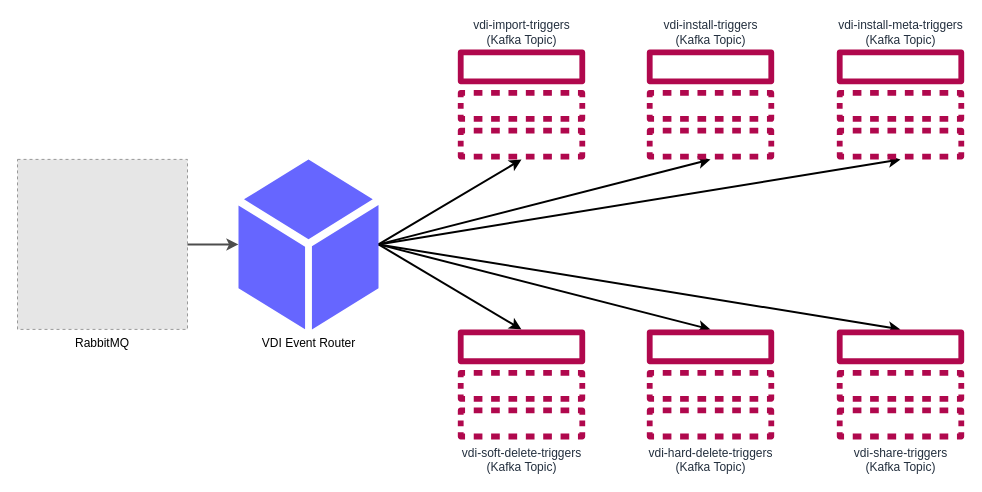
Before: page "event-router" (2 of 2) of docs/1.0/diagrams/vdi-module-structure.drawio in VEuPathDB/vdi-service, a draw.io diagram. Source tidied: cells renumbered, new cells numbered last; positions are measured from the earlier drawing's top-left corner, leaving out a move shared by most shapes. Both pictures are drawn from the tidied source at 100%, with x=0, y=0 at pixel (17, 49). Pictures stored in the file or linked from it are replaced by grey dashed boxes.
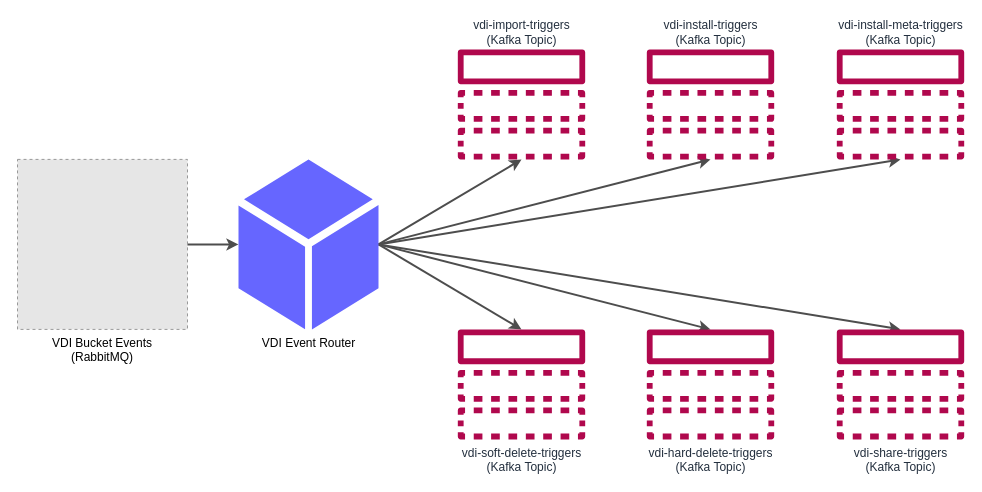
Above is the later version.

The edit, as a diff of the source:
```diff
@@
 <mxGraphModel>
   <root>
     <mxCell id="0" />
     <mxCell id="1" parent="0" />
     <mxCell id="2" style="edgeStyle=none;rounded=0;jettySize=auto;html=1;strokeColor=#4D4D4D;strokeWidth=2;" parent="1" edge="1" target="9">
       <mxGeometry relative="1" as="geometry">
         <mxPoint x="148.7" y="195" as="sourcePoint" />
       </mxGeometry>
     </mxCell>
-    <mxCell id="3" style="rounded=0;jettySize=auto;html=1;strokeColor=default;strokeWidth=2;entryX=0.5;entryY=1;entryDx=0;entryDy=0;entryPerimeter=0;exitX=1;exitY=0.5;exitDx=0;exitDy=0;exitPerimeter=0;" parent="1" edge="1" source="9" target="11">
+    <mxCell id="3" style="rounded=0;jettySize=auto;html=1;strokeColor=#4D4D4D;strokeWidth=2;entryX=0.5;entryY=1;entryDx=0;entryDy=0;entryPerimeter=0;exitX=1;exitY=0.5;exitDx=0;exitDy=0;exitPerimeter=0;" parent="1" edge="1" source="9" target="11">
       <mxGeometry relative="1" as="geometry" />
     </mxCell>
-    <mxCell id="4" style="rounded=0;jettySize=auto;html=1;entryX=0.5;entryY=1;entryDx=0;entryDy=0;entryPerimeter=0;strokeColor=default;strokeWidth=2;exitX=1;exitY=0.5;exitDx=0;exitDy=0;exitPerimeter=0;" parent="1" edge="1" source="9" target="14">
+    <mxCell id="4" style="rounded=0;jettySize=auto;html=1;entryX=0.5;entryY=1;entryDx=0;entryDy=0;entryPerimeter=0;strokeColor=#4D4D4D;strokeWidth=2;exitX=1;exitY=0.5;exitDx=0;exitDy=0;exitPerimeter=0;" parent="1" edge="1" source="9" target="14">
       <mxGeometry relative="1" as="geometry" />
     </mxCell>
-    <mxCell id="5" style="rounded=0;jettySize=auto;html=1;entryX=0.5;entryY=1;entryDx=0;entryDy=0;entryPerimeter=0;strokeColor=default;strokeWidth=2;exitX=1;exitY=0.5;exitDx=0;exitDy=0;exitPerimeter=0;" parent="1" edge="1" source="9" target="10">
+    <mxCell id="5" style="rounded=0;jettySize=auto;html=1;entryX=0.5;entryY=1;entryDx=0;entryDy=0;entryPerimeter=0;strokeColor=#4D4D4D;strokeWidth=2;exitX=1;exitY=0.5;exitDx=0;exitDy=0;exitPerimeter=0;" parent="1" edge="1" source="9" target="10">
       <mxGeometry relative="1" as="geometry" />
     </mxCell>
-    <mxCell id="6" style="rounded=0;jettySize=auto;html=1;entryX=0.5;entryY=0;entryDx=0;entryDy=0;entryPerimeter=0;strokeColor=default;strokeWidth=2;exitX=1;exitY=0.5;exitDx=0;exitDy=0;exitPerimeter=0;" parent="1" edge="1" source="9" target="12">
+    <mxCell id="6" style="rounded=0;jettySize=auto;html=1;entryX=0.5;entryY=0;entryDx=0;entryDy=0;entryPerimeter=0;strokeColor=#4D4D4D;strokeWidth=2;exitX=1;exitY=0.5;exitDx=0;exitDy=0;exitPerimeter=0;" parent="1" edge="1" source="9" target="12">
       <mxGeometry relative="1" as="geometry" />
     </mxCell>
-    <mxCell id="7" style="rounded=0;jettySize=auto;html=1;entryX=0.5;entryY=0;entryDx=0;entryDy=0;entryPerimeter=0;strokeColor=default;strokeWidth=2;exitX=1;exitY=0.5;exitDx=0;exitDy=0;exitPerimeter=0;" parent="1" edge="1" source="9" target="13">
+    <mxCell id="7" style="rounded=0;jettySize=auto;html=1;entryX=0.5;entryY=0;entryDx=0;entryDy=0;entryPerimeter=0;strokeColor=#4D4D4D;strokeWidth=2;exitX=1;exitY=0.5;exitDx=0;exitDy=0;exitPerimeter=0;" parent="1" edge="1" source="9" target="13">
       <mxGeometry relative="1" as="geometry" />
     </mxCell>
-    <mxCell id="8" style="rounded=0;jettySize=auto;html=1;entryX=0.5;entryY=0;entryDx=0;entryDy=0;entryPerimeter=0;strokeColor=default;strokeWidth=2;exitX=1;exitY=0.5;exitDx=0;exitDy=0;exitPerimeter=0;" parent="1" edge="1" source="9" target="15">
+    <mxCell id="8" style="rounded=0;jettySize=auto;html=1;entryX=0.5;entryY=0;entryDx=0;entryDy=0;entryPerimeter=0;strokeColor=#4D4D4D;strokeWidth=2;exitX=1;exitY=0.5;exitDx=0;exitDy=0;exitPerimeter=0;" parent="1" edge="1" source="9" target="15">
       <mxGeometry relative="1" as="geometry" />
     </mxCell>
     <mxCell id="9" value="&lt;span style=&quot;background-color: rgb(255, 255, 255);&quot;&gt;VDI Event Router&lt;/span&gt;" style="sketch=0;shadow=0;dashed=0;html=1;strokeColor=none;fillColor=#6666FF;labelPosition=center;verticalLabelPosition=bottom;verticalAlign=top;outlineConnect=0;align=center;shape=mxgraph.office.concepts.node_generic;points=[[0,0.5,0,0,0],[1,0.5,0,0,0]];" parent="1" vertex="1">
       <mxGeometry x="221" y="109.9" width="140" height="170" as="geometry" />
     </mxCell>
     <mxCell id="10" value="vdi-install-meta-triggers&lt;br&gt;(Kafka Topic)" style="sketch=0;outlineConnect=0;fontColor=#232F3E;gradientColor=none;fillColor=#B0084D;strokeColor=none;dashed=0;verticalLabelPosition=top;verticalAlign=bottom;align=center;html=1;fontSize=12;fontStyle=0;shape=mxgraph.aws4.topic;points=[[0,0.5,0,0,0],[0.5,1,0,0,0]];labelPosition=center;" parent="1" vertex="1">
       <mxGeometry x="819" width="128" height="110" as="geometry" />
     </mxCell>
     <mxCell id="11" value="vdi-install-triggers&lt;br&gt;(Kafka Topic)" style="sketch=0;outlineConnect=0;fontColor=#232F3E;gradientColor=none;fillColor=#B0084D;strokeColor=none;dashed=0;verticalLabelPosition=top;verticalAlign=bottom;align=center;html=1;fontSize=12;fontStyle=0;shape=mxgraph.aws4.topic;points=[[0.5,1,0,0,0]];labelPosition=center;" parent="1" vertex="1">
       <mxGeometry x="629" width="128" height="110" as="geometry" />
     </mxCell>
     <mxCell id="12" value="vdi-soft-delete-triggers&lt;br&gt;(Kafka Topic)" style="sketch=0;outlineConnect=0;fontColor=#232F3E;gradientColor=none;fillColor=#B0084D;strokeColor=none;dashed=0;verticalLabelPosition=bottom;verticalAlign=top;align=center;html=1;fontSize=12;fontStyle=0;shape=mxgraph.aws4.topic;points=[[0.5,0,0,0,0]];" parent="1" vertex="1">
       <mxGeometry x="440" y="279.9" width="128" height="110" as="geometry" />
     </mxCell>
     <mxCell id="13" value="vdi-hard-delete-triggers&lt;br&gt;(Kafka Topic)" style="sketch=0;outlineConnect=0;fontColor=#232F3E;gradientColor=none;fillColor=#B0084D;strokeColor=none;dashed=0;verticalLabelPosition=bottom;verticalAlign=top;align=center;html=1;fontSize=12;fontStyle=0;shape=mxgraph.aws4.topic;points=[[0,0.5,0,0,0],[0.5,0,0,0,0]];" parent="1" vertex="1">
       <mxGeometry x="629" y="279.9" width="128" height="110" as="geometry" />
     </mxCell>
     <mxCell id="14" value="vdi-import-triggers&lt;br&gt;(Kafka Topic)" style="sketch=0;outlineConnect=0;fontColor=#232F3E;gradientColor=none;fillColor=#B0084D;strokeColor=none;dashed=0;verticalLabelPosition=top;verticalAlign=bottom;align=center;html=1;fontSize=12;fontStyle=0;shape=mxgraph.aws4.topic;points=[[0.5,1,0,0,0]];labelPosition=center;" parent="1" vertex="1">
       <mxGeometry x="440" width="128" height="110" as="geometry" />
     </mxCell>
     <mxCell id="15" value="vdi-share-triggers&lt;br&gt;(Kafka Topic)" style="sketch=0;outlineConnect=0;fontColor=#232F3E;gradientColor=none;fillColor=#B0084D;strokeColor=none;dashed=0;verticalLabelPosition=bottom;verticalAlign=top;align=center;html=1;fontSize=12;fontStyle=0;shape=mxgraph.aws4.topic;points=[[0.5,0,0,0,0]];" parent="1" vertex="1">
       <mxGeometry x="819" y="279.9" width="128" height="110" as="geometry" />
     </mxCell>
-    <mxCell id="16" value="RabbitMQ" style="fillColor=#E6E6E6;strokeColor=#999999;dashed=1;verticalLabelPosition=bottom;labelBackgroundColor=default;verticalAlign=top;" parent="1" vertex="1">
+    <mxCell id="16" value="VDI Bucket Events&#10;(RabbitMQ)" style="fillColor=#E6E6E6;strokeColor=#999999;dashed=1;verticalLabelPosition=bottom;labelBackgroundColor=default;verticalAlign=top;" parent="1" vertex="1">
       <mxGeometry y="109.9" width="170" height="170" as="geometry" />
     </mxCell>
   </root>
 </mxGraphModel>
```
